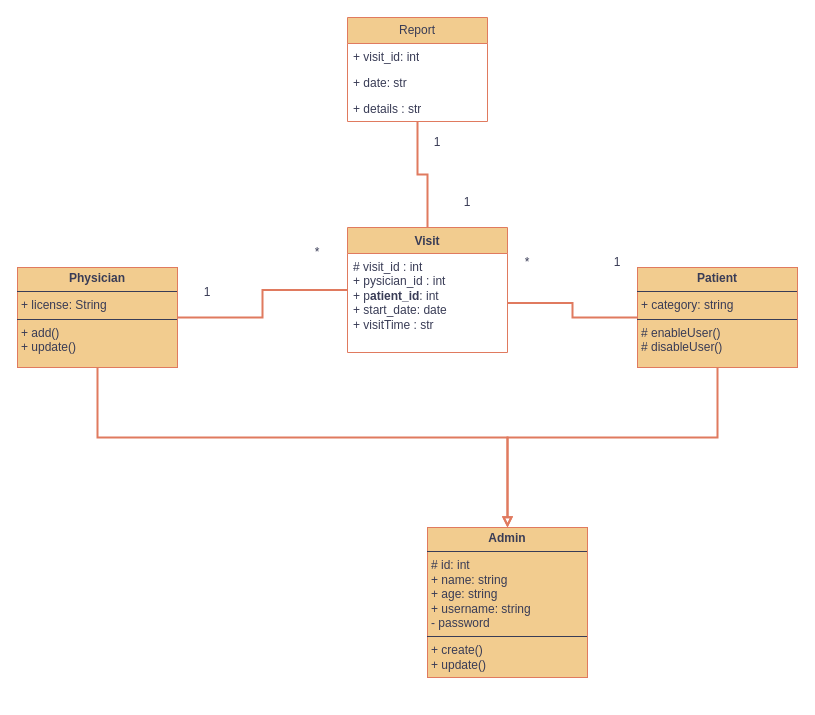
Before: docs/hostpital_managment_System.drawio in MohammadHosein8998/hostpital_managment_System, a draw.io diagram. Source tidied: cells renumbered, new cells numbered last; positions are measured from the earlier drawing's top-left corner, leaving out a move shared by most shapes. Both pictures are drawn from the tidied source at 100%, with x=0, y=0 at pixel (17, 17).
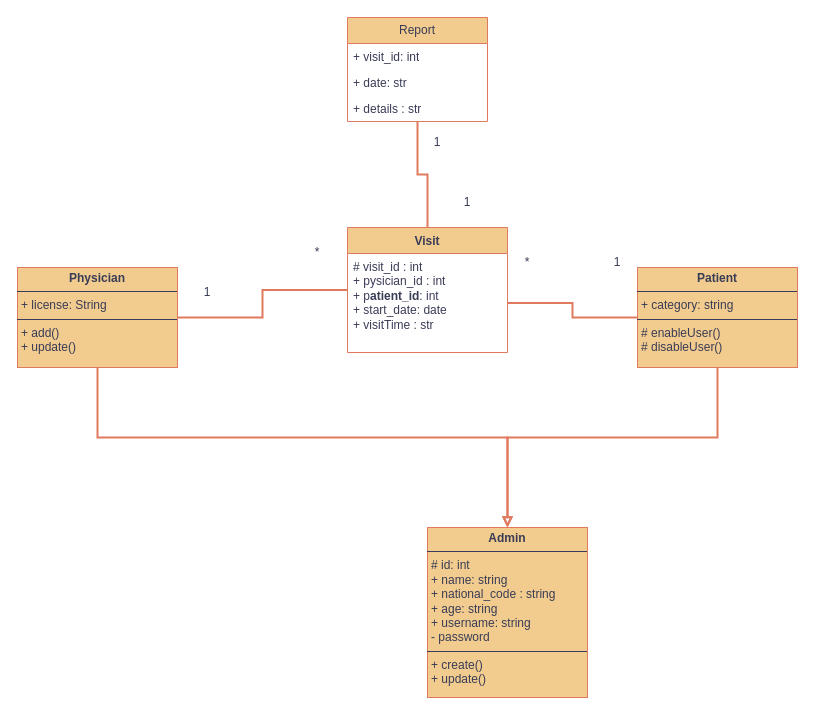
The same diagram, later.

Commit message (it also covers changes not shown here):
writing admin model base UML and its validation base rejex

Change to the diagram source:
```diff
@@
-    <mxCell id="8" value="&lt;p style=&quot;margin:0px;margin-top:4px;text-align:center;&quot;&gt;&lt;b&gt;Admin&lt;/b&gt;&lt;/p&gt;&lt;hr size=&quot;1&quot; style=&quot;border-style:solid;&quot;&gt;&lt;p style=&quot;margin:0px;margin-left:4px;&quot;&gt;# id: int&lt;/p&gt;&lt;p style=&quot;margin:0px;margin-left:4px;&quot;&gt;+ name: string&lt;/p&gt;&lt;p style=&quot;margin:0px;margin-left:4px;&quot;&gt;+ age: string&lt;/p&gt;&lt;p style=&quot;margin:0px;margin-left:4px;&quot;&gt;+ username: string&lt;/p&gt;&lt;p style=&quot;margin:0px;margin-left:4px;&quot;&gt;- password&lt;/p&gt;&lt;hr size=&quot;1&quot; style=&quot;border-style:solid;&quot;&gt;&lt;p style=&quot;margin:0px;margin-left:4px;&quot;&gt;+ create()&lt;/p&gt;&lt;p style=&quot;margin:0px;margin-left:4px;&quot;&gt;+ update()&lt;/p&gt;" style="verticalAlign=top;align=left;overflow=fill;html=1;whiteSpace=wrap;labelBackgroundColor=none;fillColor=#F2CC8F;strokeColor=#E07A5F;fontColor=#393C56;" parent="1" vertex="1">
-      <mxGeometry x="410" y="510" width="160" height="150" as="geometry" />
+    <mxCell id="8" value="&lt;p style=&quot;margin:0px;margin-top:4px;text-align:center;&quot;&gt;&lt;b&gt;Admin&lt;/b&gt;&lt;/p&gt;&lt;hr size=&quot;1&quot; style=&quot;border-style:solid;&quot;&gt;&lt;p style=&quot;margin:0px;margin-left:4px;&quot;&gt;# id: int&lt;/p&gt;&lt;p style=&quot;margin:0px;margin-left:4px;&quot;&gt;+ name: string&lt;/p&gt;&lt;p style=&quot;margin:0px;margin-left:4px;&quot;&gt;+ national_code : string&lt;/p&gt;&lt;p style=&quot;margin:0px;margin-left:4px;&quot;&gt;+ age: string&lt;/p&gt;&lt;p style=&quot;margin:0px;margin-left:4px;&quot;&gt;+ username: string&lt;/p&gt;&lt;p style=&quot;margin:0px;margin-left:4px;&quot;&gt;- password&lt;/p&gt;&lt;hr size=&quot;1&quot; style=&quot;border-style:solid;&quot;&gt;&lt;p style=&quot;margin:0px;margin-left:4px;&quot;&gt;+ create()&lt;/p&gt;&lt;p style=&quot;margin:0px;margin-left:4px;&quot;&gt;+ update()&lt;/p&gt;" style="verticalAlign=top;align=left;overflow=fill;html=1;whiteSpace=wrap;labelBackgroundColor=none;fillColor=#F2CC8F;strokeColor=#E07A5F;fontColor=#393C56;" parent="1" vertex="1">
+      <mxGeometry x="410" y="510" width="160" height="170" as="geometry" />
     </mxCell>
```
